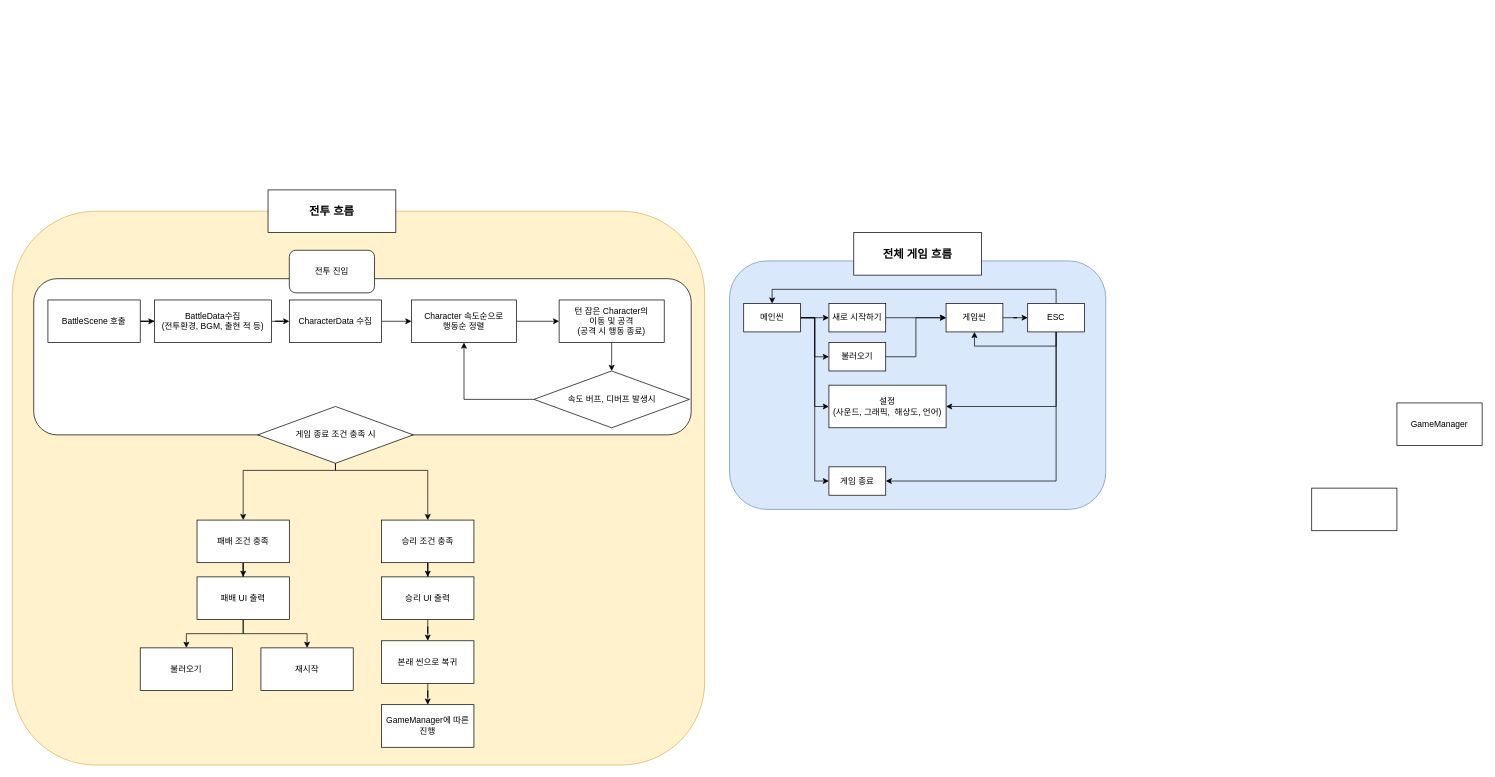
Earlier version of the draw.io diagram Rough Code Design.drawio (hu4nana/ClassIdeas). Source tidied: cells renumbered, new cells numbered last; positions are measured from the earlier drawing's top-left corner, leaving out a move shared by most shapes. Both pictures are drawn from the tidied source at 71%, with x=0, y=0 at pixel (12, 190).
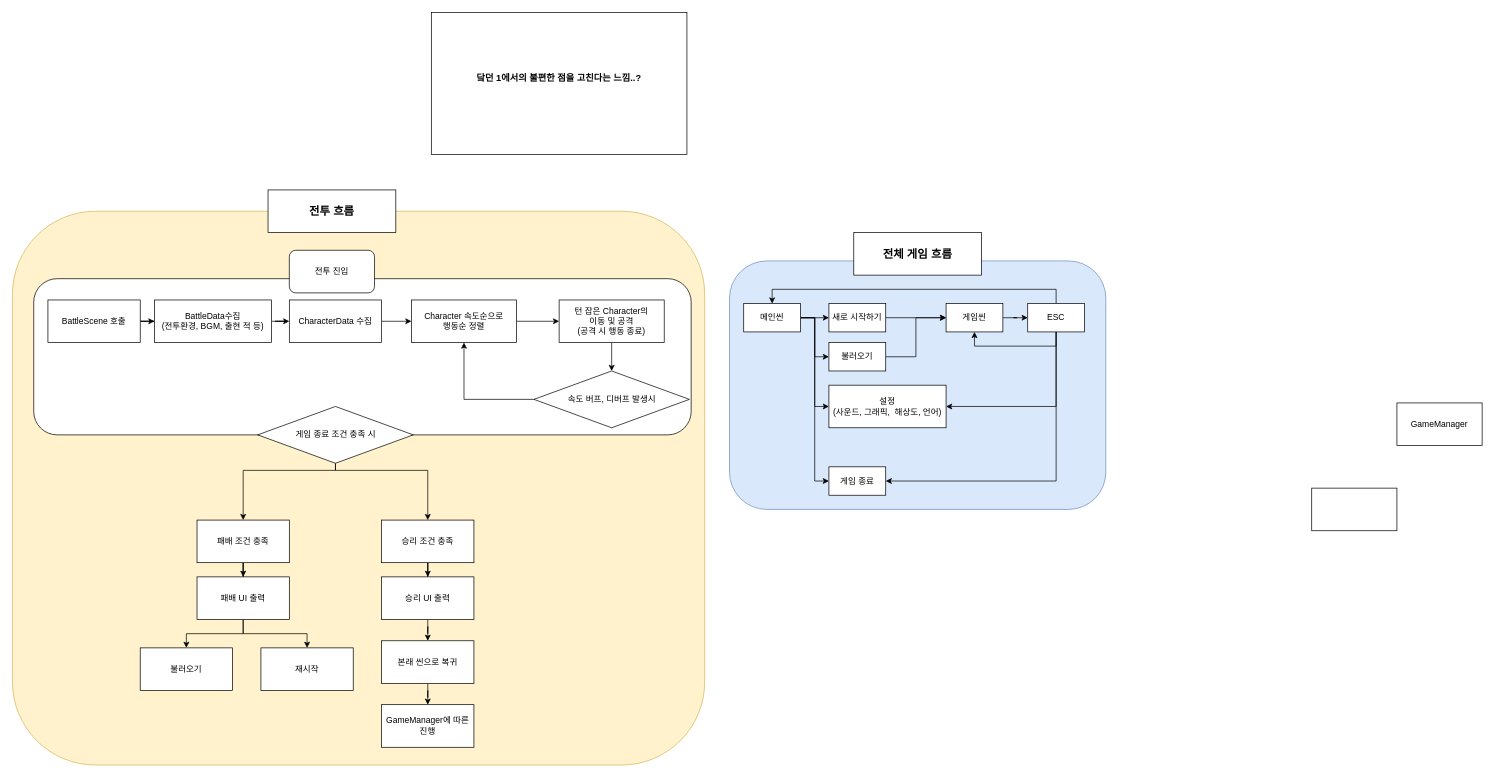
The same page after the edit.

Diff of the diagram source:
```diff
@@
+    <mxCell id="60" value="닼던 1에서의 불편한 점을 고친다는 느낌..?&lt;div&gt;&lt;br/&gt;&lt;/div&gt;" style="rounded=0;whiteSpace=wrap;html=1;fontStyle=1;fontSize=13;" parent="1" vertex="1">
+      <mxGeometry x="590" y="-250" width="360" height="200" as="geometry" />
+    </mxCell>
```
